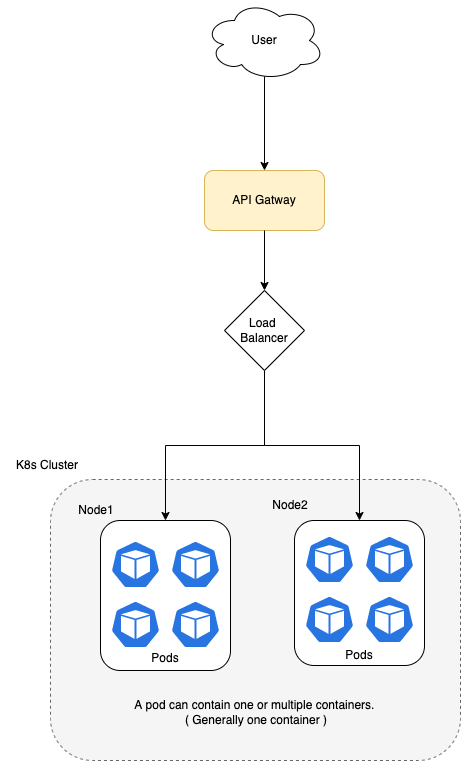
Before: src/1_HLDDesignComponents/6_DevOps/assests/Kubernates-Architecture.png, a diagram exported from draw.io (Anshul619/HLD-System-Designs). Source tidied: cells renumbered, new cells last; positions are measured from the earlier drawing's top-left corner, leaving out a move shared by most shapes.
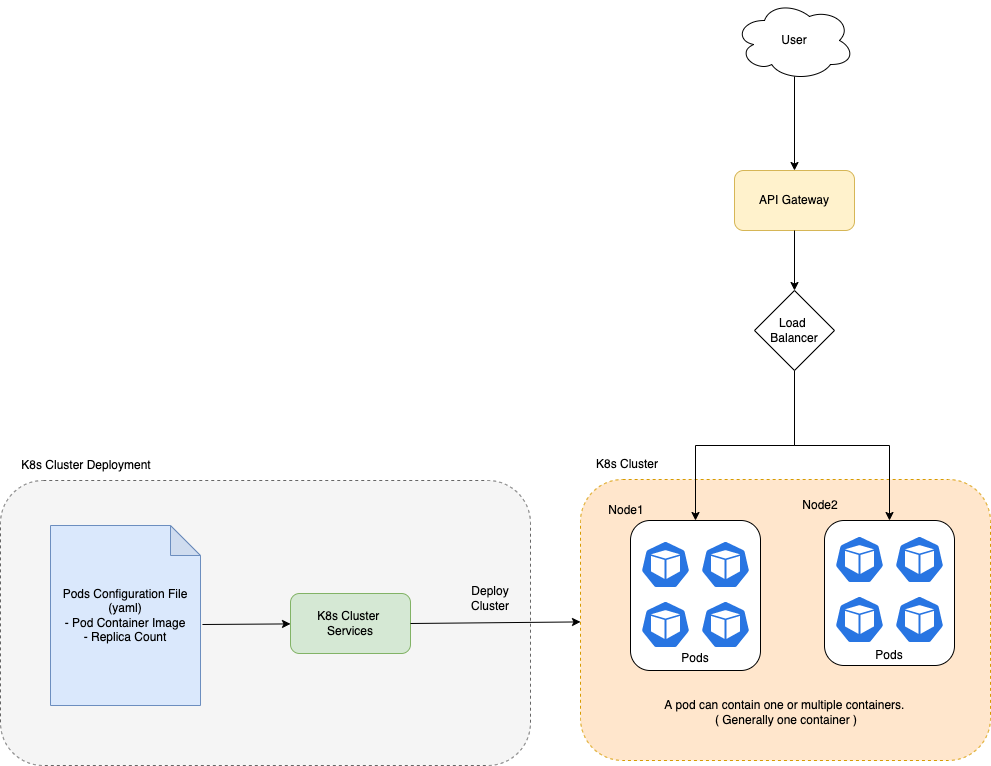
The same diagram one commit later.

Change to the diagram source:
```diff
@@ -2,7 +2,10 @@
   <root>
     <mxCell id="0" />
     <mxCell id="1" parent="0" />
+    <mxCell id="26" style="rounded=1;whiteSpace=wrap;html=1;dashed=1;fillColor=#f5f5f5;strokeColor=#666666;fontColor=#333333;" parent="1" vertex="1">
+      <mxGeometry x="-530" y="480" width="530" height="285" as="geometry" />
+    </mxCell>
-    <mxCell id="2" style="rounded=1;whiteSpace=wrap;html=1;dashed=1;fillColor=#f5f5f5;fontColor=#333333;strokeColor=#666666;" parent="1" vertex="1">
+    <mxCell id="2" style="rounded=1;whiteSpace=wrap;html=1;dashed=1;fillColor=#ffe6cc;strokeColor=#d79b00;" parent="1" vertex="1">
       <mxGeometry x="50" y="479" width="410" height="281" as="geometry" />
     </mxCell>
     <mxCell id="3" style="rounded=1;whiteSpace=wrap;html=1;" parent="1" vertex="1">
@@ -51,7 +54,7 @@
       <mxGeometry x="329" y="640" width="60" height="30" as="geometry" />
     </mxCell>
     <mxCell id="18" value="K8s Cluster" style="text;html=1;strokeColor=none;fillColor=none;align=center;verticalAlign=middle;whiteSpace=wrap;rounded=0;dashed=1;" parent="1" vertex="1">
-      <mxGeometry y="450" width="94" height="30" as="geometry" />
+      <mxGeometry x="50" y="449" width="94" height="30" as="geometry" />
     </mxCell>
     <mxCell id="19" style="endArrow=classic;html=1;rounded=0;entryX=0.5;entryY=0;entryDx=0;entryDy=0;edgeStyle=orthogonalEdgeStyle;" parent="1" edge="1" source="21" target="3">
       <mxGeometry relative="1" as="geometry" />
@@ -62,7 +65,7 @@
     <mxCell id="21" value="Load &lt;br&gt;Balancer" style="rhombus;whiteSpace=wrap;html=1;" parent="1" vertex="1">
       <mxGeometry x="224" y="290" width="80" height="80" as="geometry" />
     </mxCell>
-    <mxCell id="22" value="API Gatway" style="rounded=1;whiteSpace=wrap;html=1;fillColor=#fff2cc;strokeColor=#d6b656;" parent="1" vertex="1">
+    <mxCell id="22" value="API Gateway" style="rounded=1;whiteSpace=wrap;html=1;fillColor=#fff2cc;strokeColor=#d6b656;" parent="1" vertex="1">
       <mxGeometry x="204" y="170" width="120" height="60" as="geometry" />
     </mxCell>
     <mxCell id="23" style="endArrow=classic;html=1;rounded=0;entryX=0.5;entryY=0;entryDx=0;entryDy=0;" parent="1" edge="1" source="22" target="21">
@@ -74,5 +77,23 @@
     <mxCell id="25" style="endArrow=classic;html=1;rounded=0;exitX=0.5;exitY=0.95;exitDx=0;exitDy=0;exitPerimeter=0;entryX=0.5;entryY=0;entryDx=0;entryDy=0;" parent="1" edge="1" source="24" target="22">
       <mxGeometry relative="1" as="geometry" />
     </mxCell>
+    <mxCell id="27" value="Pods Configuration File (yaml)&lt;br&gt;- Pod Container Image&lt;br&gt;- Replica Count" style="shape=note;whiteSpace=wrap;html=1;backgroundOutline=1;darkOpacity=0.05;fillColor=#dae8fc;strokeColor=#6c8ebf;" parent="1" vertex="1">
+      <mxGeometry x="-480" y="525" width="150" height="180" as="geometry" />
+    </mxCell>
+    <mxCell id="28" value="K8s Cluster &lt;br&gt;Services" style="rounded=1;whiteSpace=wrap;html=1;fillColor=#d5e8d4;strokeColor=#82b366;" parent="1" vertex="1">
+      <mxGeometry x="-240" y="593" width="120" height="60" as="geometry" />
+    </mxCell>
+    <mxCell id="29" style="endArrow=classic;html=1;rounded=0;exitX=1.013;exitY=0.55;exitDx=0;exitDy=0;exitPerimeter=0;" parent="1" edge="1" source="27" target="28">
+      <mxGeometry relative="1" as="geometry" />
+    </mxCell>
+    <mxCell id="30" style="endArrow=classic;html=1;rounded=0;exitX=1;exitY=0.5;exitDx=0;exitDy=0;" parent="1" edge="1" source="28" target="2">
+      <mxGeometry relative="1" as="geometry" />
+    </mxCell>
+    <mxCell id="31" value="Deploy Cluster" style="text;html=1;strokeColor=none;fillColor=none;align=center;verticalAlign=middle;whiteSpace=wrap;rounded=0;" parent="1" vertex="1">
+      <mxGeometry x="-70" y="583" width="60" height="30" as="geometry" />
+    </mxCell>
+    <mxCell id="32" value="K8s Cluster Deployment" style="text;html=1;strokeColor=none;fillColor=none;align=center;verticalAlign=middle;whiteSpace=wrap;rounded=0;dashed=1;" parent="1" vertex="1">
+      <mxGeometry x="-528" y="450" width="168" height="30" as="geometry" />
+    </mxCell>
   </root>
 </mxGraphModel>
```
